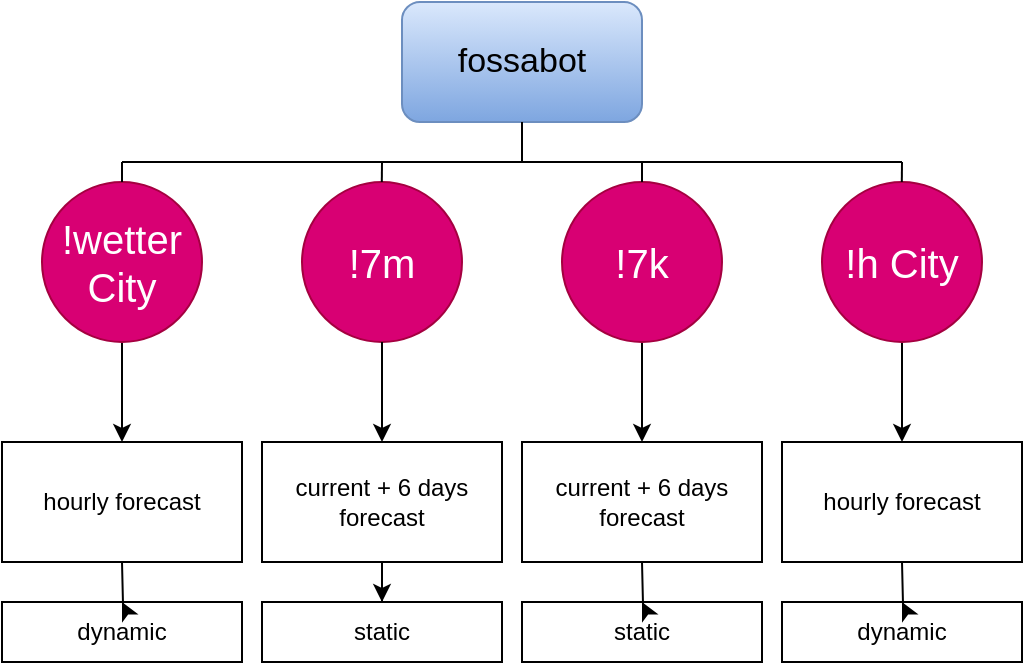
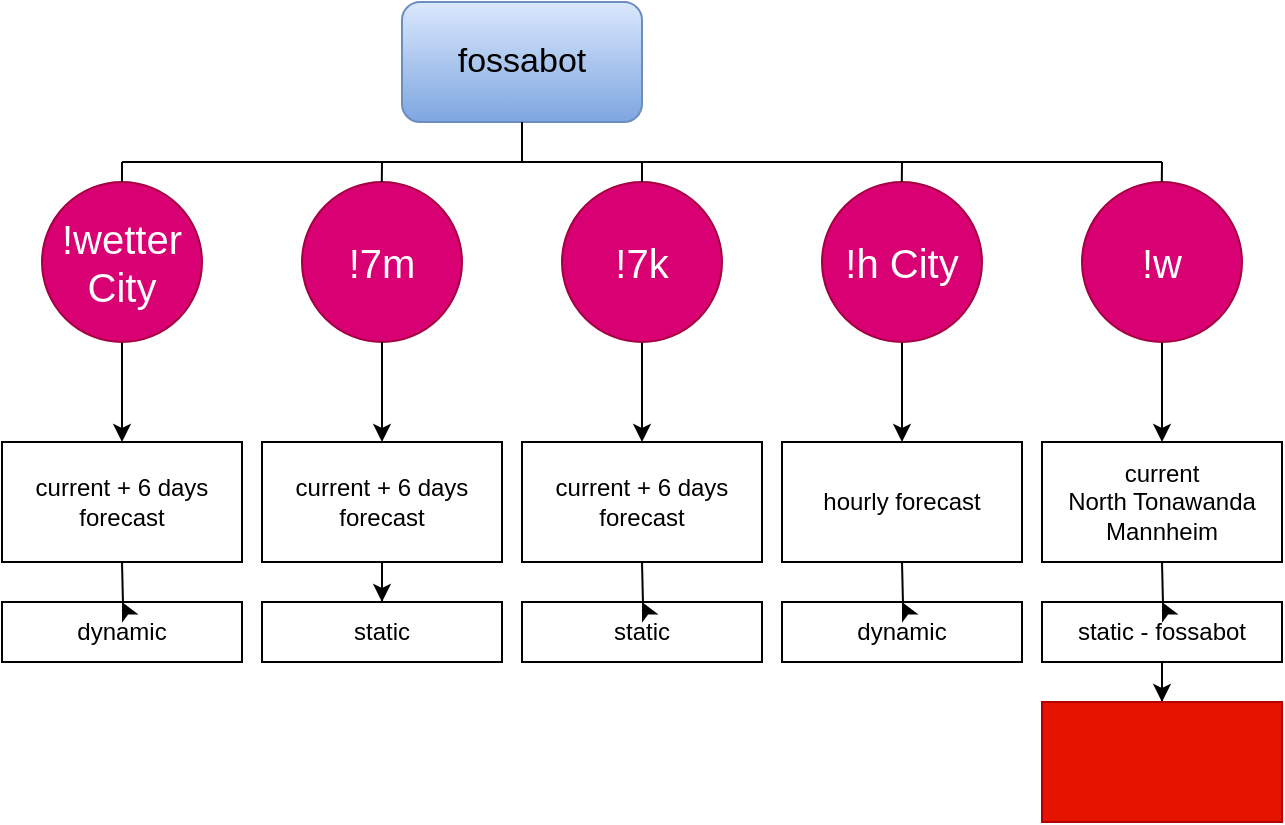
<mxfile host="app.diagrams.net">
  <diagram name="Page-1" id="9VzqXHfPhy3sf3baI-xB">
-     <mxGraphModel dx="667" dy="614" grid="1" gridSize="10" guides="1" tooltips="1" connect="1" arrows="1" fold="1" page="1" pageScale="1" pageWidth="850" pageHeight="1100" math="0" shadow="0">
+     <mxGraphModel dx="867" dy="717" grid="1" gridSize="10" guides="1" tooltips="1" connect="1" arrows="1" fold="1" page="1" pageScale="1" pageWidth="850" pageHeight="1100" math="0" shadow="0">
      <root>
        <mxCell id="0" />
        <mxCell id="1" parent="0" />
        <mxCell id="s_UMoqTU6THQ3Am6J6Qj-11" connectable="0" parent="1" style="group" value="" vertex="1">
-           <mxGeometry height="190" width="120" x="540" y="350" as="geometry" />
+           <mxGeometry height="190" width="120" x="460" y="310" as="geometry" />
        </mxCell>
        <mxCell id="s_UMoqTU6THQ3Am6J6Qj-9" edge="1" parent="s_UMoqTU6THQ3Am6J6Qj-11" source="s_UMoqTU6THQ3Am6J6Qj-7" style="edgeStyle=orthogonalEdgeStyle;rounded=0;orthogonalLoop=1;jettySize=auto;html=1;" value="">
          <mxGeometry relative="1" as="geometry">
            <mxPoint x="60" y="130" as="targetPoint" />
          </mxGeometry>
        </mxCell>
        <mxCell id="s_UMoqTU6THQ3Am6J6Qj-7" parent="s_UMoqTU6THQ3Am6J6Qj-11" style="ellipse;whiteSpace=wrap;html=1;aspect=fixed;fillColor=#d80073;fontColor=#ffffff;strokeColor=#A50040;" value="&lt;font style=&quot;font-size: 20px;&quot;&gt;!7k&lt;/font&gt;" vertex="1">
          <mxGeometry height="80" width="80" x="20" as="geometry" />
        </mxCell>
        <mxCell id="s_UMoqTU6THQ3Am6J6Qj-10" parent="s_UMoqTU6THQ3Am6J6Qj-11" style="rounded=0;whiteSpace=wrap;html=1;" value="current + 6 days forecast" vertex="1">
          <mxGeometry height="60" width="120" y="130" as="geometry" />
        </mxCell>
        <mxCell id="s_UMoqTU6THQ3Am6J6Qj-13" connectable="0" parent="1" style="group" value="" vertex="1">
-           <mxGeometry height="190" width="120" x="410" y="350" as="geometry" />
+           <mxGeometry height="190" width="120" x="330" y="310" as="geometry" />
        </mxCell>
        <mxCell id="s_UMoqTU6THQ3Am6J6Qj-2" parent="s_UMoqTU6THQ3Am6J6Qj-13" style="rounded=0;whiteSpace=wrap;html=1;" value="current + 6 days forecast" vertex="1">
          <mxGeometry height="60" width="120" y="130" as="geometry" />
        </mxCell>
        <mxCell id="s_UMoqTU6THQ3Am6J6Qj-12" connectable="0" parent="s_UMoqTU6THQ3Am6J6Qj-13" style="group" value="" vertex="1">
          <mxGeometry height="80" width="80" x="20" as="geometry" />
        </mxCell>
        <mxCell id="s_UMoqTU6THQ3Am6J6Qj-1" parent="s_UMoqTU6THQ3Am6J6Qj-12" style="ellipse;whiteSpace=wrap;html=1;aspect=fixed;fillColor=#d80073;fontColor=#ffffff;strokeColor=#A50040;" value="&lt;font style=&quot;font-size: 20px;&quot;&gt;!7m&lt;/font&gt;" vertex="1">
          <mxGeometry height="80" width="80" as="geometry" />
        </mxCell>
        <mxCell id="s_UMoqTU6THQ3Am6J6Qj-6" edge="1" parent="s_UMoqTU6THQ3Am6J6Qj-13" source="s_UMoqTU6THQ3Am6J6Qj-1" style="edgeStyle=orthogonalEdgeStyle;rounded=0;orthogonalLoop=1;jettySize=auto;html=1;" target="s_UMoqTU6THQ3Am6J6Qj-2" value="">
          <mxGeometry relative="1" as="geometry" />
        </mxCell>
        <mxCell id="s_UMoqTU6THQ3Am6J6Qj-14" connectable="0" parent="1" style="group" value="" vertex="1">
-           <mxGeometry height="190" width="120" x="670" y="350" as="geometry" />
+           <mxGeometry height="190" width="120" x="590" y="310" as="geometry" />
        </mxCell>
        <mxCell id="s_UMoqTU6THQ3Am6J6Qj-15" edge="1" parent="s_UMoqTU6THQ3Am6J6Qj-14" source="s_UMoqTU6THQ3Am6J6Qj-16" style="edgeStyle=orthogonalEdgeStyle;rounded=0;orthogonalLoop=1;jettySize=auto;html=1;" value="">
          <mxGeometry relative="1" as="geometry">
            <mxPoint x="60" y="130" as="targetPoint" />
          </mxGeometry>
        </mxCell>
        <mxCell id="s_UMoqTU6THQ3Am6J6Qj-16" parent="s_UMoqTU6THQ3Am6J6Qj-14" style="ellipse;whiteSpace=wrap;html=1;aspect=fixed;fillColor=#d80073;fontColor=#ffffff;strokeColor=#A50040;" value="&lt;font style=&quot;font-size: 20px;&quot;&gt;!h City&lt;/font&gt;" vertex="1">
          <mxGeometry height="80" width="80" x="20" as="geometry" />
        </mxCell>
        <mxCell id="s_UMoqTU6THQ3Am6J6Qj-17" parent="s_UMoqTU6THQ3Am6J6Qj-14" style="rounded=0;whiteSpace=wrap;html=1;" value="hourly forecast" vertex="1">
          <mxGeometry height="60" width="120" y="130" as="geometry" />
        </mxCell>
        <mxCell id="s_UMoqTU6THQ3Am6J6Qj-18" connectable="0" parent="1" style="group" value="" vertex="1">
-           <mxGeometry height="190" width="120" x="280" y="350" as="geometry" />
+           <mxGeometry height="190" width="120" x="200" y="310" as="geometry" />
        </mxCell>
        <mxCell id="s_UMoqTU6THQ3Am6J6Qj-19" edge="1" parent="s_UMoqTU6THQ3Am6J6Qj-18" source="s_UMoqTU6THQ3Am6J6Qj-20" style="edgeStyle=orthogonalEdgeStyle;rounded=0;orthogonalLoop=1;jettySize=auto;html=1;" value="">
          <mxGeometry relative="1" as="geometry">
            <mxPoint x="60" y="130" as="targetPoint" />
          </mxGeometry>
        </mxCell>
        <mxCell id="s_UMoqTU6THQ3Am6J6Qj-20" parent="s_UMoqTU6THQ3Am6J6Qj-18" style="ellipse;whiteSpace=wrap;html=1;aspect=fixed;fillColor=#d80073;fontColor=#ffffff;strokeColor=#A50040;" value="&lt;font style=&quot;font-size: 20px;&quot;&gt;!wetter City&lt;/font&gt;" vertex="1">
          <mxGeometry height="80" width="80" x="20" as="geometry" />
        </mxCell>
-         <mxCell id="s_UMoqTU6THQ3Am6J6Qj-21" parent="s_UMoqTU6THQ3Am6J6Qj-18" style="rounded=0;whiteSpace=wrap;html=1;" value="hourly forecast" vertex="1">
+         <mxCell id="s_UMoqTU6THQ3Am6J6Qj-21" parent="s_UMoqTU6THQ3Am6J6Qj-18" style="rounded=0;whiteSpace=wrap;html=1;" value="current + 6 days forecast" vertex="1">
          <mxGeometry height="60" width="120" y="130" as="geometry" />
        </mxCell>
        <mxCell id="s_UMoqTU6THQ3Am6J6Qj-24" parent="1" style="rounded=0;whiteSpace=wrap;html=1;" value="static" vertex="1">
-           <mxGeometry height="30" width="120" x="410" y="560" as="geometry" />
+           <mxGeometry height="30" width="120" x="330" y="520" as="geometry" />
        </mxCell>
        <mxCell id="s_UMoqTU6THQ3Am6J6Qj-25" edge="1" parent="1" source="s_UMoqTU6THQ3Am6J6Qj-2" style="edgeStyle=orthogonalEdgeStyle;rounded=0;orthogonalLoop=1;jettySize=auto;html=1;" target="s_UMoqTU6THQ3Am6J6Qj-24" value="">
          <mxGeometry relative="1" as="geometry" />
        </mxCell>
        <mxCell id="s_UMoqTU6THQ3Am6J6Qj-26" parent="1" style="rounded=0;whiteSpace=wrap;html=1;" value="dynamic" vertex="1">
-           <mxGeometry height="30" width="120" x="280" y="560" as="geometry" />
+           <mxGeometry height="30" width="120" x="200" y="520" as="geometry" />
        </mxCell>
        <mxCell id="s_UMoqTU6THQ3Am6J6Qj-27" edge="1" parent="1" style="edgeStyle=orthogonalEdgeStyle;rounded=0;orthogonalLoop=1;jettySize=auto;html=1;" target="s_UMoqTU6THQ3Am6J6Qj-26" value="">
          <mxGeometry relative="1" as="geometry">
-             <mxPoint x="340" y="540" as="sourcePoint" />
+             <mxPoint x="260" y="500" as="sourcePoint" />
          </mxGeometry>
        </mxCell>
        <mxCell id="s_UMoqTU6THQ3Am6J6Qj-28" parent="1" style="rounded=0;whiteSpace=wrap;html=1;" value="static" vertex="1">
-           <mxGeometry height="30" width="120" x="540" y="560" as="geometry" />
+           <mxGeometry height="30" width="120" x="460" y="520" as="geometry" />
        </mxCell>
        <mxCell id="s_UMoqTU6THQ3Am6J6Qj-29" edge="1" parent="1" style="edgeStyle=orthogonalEdgeStyle;rounded=0;orthogonalLoop=1;jettySize=auto;html=1;" target="s_UMoqTU6THQ3Am6J6Qj-28" value="">
          <mxGeometry relative="1" as="geometry">
-             <mxPoint x="600" y="540" as="sourcePoint" />
+             <mxPoint x="520" y="500" as="sourcePoint" />
          </mxGeometry>
        </mxCell>
        <mxCell id="s_UMoqTU6THQ3Am6J6Qj-30" parent="1" style="rounded=0;whiteSpace=wrap;html=1;" value="dynamic" vertex="1">
-           <mxGeometry height="30" width="120" x="670" y="560" as="geometry" />
+           <mxGeometry height="30" width="120" x="590" y="520" as="geometry" />
        </mxCell>
        <mxCell id="s_UMoqTU6THQ3Am6J6Qj-31" edge="1" parent="1" style="edgeStyle=orthogonalEdgeStyle;rounded=0;orthogonalLoop=1;jettySize=auto;html=1;" target="s_UMoqTU6THQ3Am6J6Qj-30" value="">
          <mxGeometry relative="1" as="geometry">
-             <mxPoint x="730" y="540" as="sourcePoint" />
+             <mxPoint x="650" y="500" as="sourcePoint" />
          </mxGeometry>
        </mxCell>
        <mxCell id="wv6-X-4x8dGTElKProTv-1" parent="1" style="rounded=1;whiteSpace=wrap;html=1;fillColor=#dae8fc;strokeColor=#6c8ebf;gradientColor=#7ea6e0;fontColor=light-dark(#000000,#CCFF99);fontSize=17;" value="fossabot" vertex="1">
-           <mxGeometry height="60" width="120" x="480" y="260" as="geometry" />
+           <mxGeometry height="60" width="120" x="400" y="220" as="geometry" />
        </mxCell>
        <mxCell id="wv6-X-4x8dGTElKProTv-15" edge="1" parent="1" style="endArrow=none;html=1;rounded=0;" value="">
          <mxGeometry height="50" relative="1" width="50" as="geometry">
-             <mxPoint x="340" y="340" as="sourcePoint" />
-             <mxPoint x="730" y="340" as="targetPoint" />
+             <mxPoint x="260" y="300" as="sourcePoint" />
+             <mxPoint x="780" y="300" as="targetPoint" />
          </mxGeometry>
        </mxCell>
        <mxCell id="wv6-X-4x8dGTElKProTv-18" edge="1" parent="1" source="s_UMoqTU6THQ3Am6J6Qj-20" style="endArrow=none;html=1;rounded=0;exitX=0.5;exitY=0;exitDx=0;exitDy=0;" value="">
          <mxGeometry height="50" relative="1" width="50" as="geometry">
-             <mxPoint x="530" y="360" as="sourcePoint" />
-             <mxPoint x="340" y="340" as="targetPoint" />
+             <mxPoint x="450" y="320" as="sourcePoint" />
+             <mxPoint x="260" y="300" as="targetPoint" />
          </mxGeometry>
        </mxCell>
        <mxCell id="wv6-X-4x8dGTElKProTv-19" edge="1" parent="1" style="endArrow=none;html=1;rounded=0;exitX=0.5;exitY=0;exitDx=0;exitDy=0;" value="">
          <mxGeometry height="50" relative="1" width="50" as="geometry">
-             <mxPoint x="469.9" y="350" as="sourcePoint" />
-             <mxPoint x="470" y="340" as="targetPoint" />
+             <mxPoint x="389.9" y="310" as="sourcePoint" />
+             <mxPoint x="390" y="300" as="targetPoint" />
          </mxGeometry>
        </mxCell>
        <mxCell id="wv6-X-4x8dGTElKProTv-20" edge="1" parent="1" style="endArrow=none;html=1;rounded=0;exitX=0.5;exitY=0;exitDx=0;exitDy=0;" value="">
          <mxGeometry height="50" relative="1" width="50" as="geometry">
-             <mxPoint x="600" y="350" as="sourcePoint" />
-             <mxPoint x="600" y="340" as="targetPoint" />
+             <mxPoint x="520" y="310" as="sourcePoint" />
+             <mxPoint x="520" y="300" as="targetPoint" />
          </mxGeometry>
        </mxCell>
        <mxCell id="wv6-X-4x8dGTElKProTv-21" edge="1" parent="1" style="endArrow=none;html=1;rounded=0;exitX=0.5;exitY=0;exitDx=0;exitDy=0;" value="">
          <mxGeometry height="50" relative="1" width="50" as="geometry">
-             <mxPoint x="729.9" y="350" as="sourcePoint" />
-             <mxPoint x="730" y="340" as="targetPoint" />
+             <mxPoint x="649.9" y="310" as="sourcePoint" />
+             <mxPoint x="650" y="300" as="targetPoint" />
          </mxGeometry>
        </mxCell>
        <mxCell id="wv6-X-4x8dGTElKProTv-22" edge="1" parent="1" style="endArrow=none;html=1;rounded=0;" value="">
          <mxGeometry height="50" relative="1" width="50" as="geometry">
-             <mxPoint x="540" y="340" as="sourcePoint" />
-             <mxPoint x="540" y="320" as="targetPoint" />
+             <mxPoint x="460" y="300" as="sourcePoint" />
+             <mxPoint x="460" y="280" as="targetPoint" />
          </mxGeometry>
+         </mxCell>
+         <mxCell id="wv6-X-4x8dGTElKProTv-27" connectable="0" parent="1" style="group" value="" vertex="1">
+           <mxGeometry height="190" width="120" x="720" y="310" as="geometry" />
+         </mxCell>
+         <mxCell id="wv6-X-4x8dGTElKProTv-28" edge="1" parent="wv6-X-4x8dGTElKProTv-27" source="wv6-X-4x8dGTElKProTv-29" style="edgeStyle=orthogonalEdgeStyle;rounded=0;orthogonalLoop=1;jettySize=auto;html=1;" value="">
+           <mxGeometry relative="1" as="geometry">
+             <mxPoint x="60" y="130" as="targetPoint" />
+           </mxGeometry>
+         </mxCell>
+         <mxCell id="wv6-X-4x8dGTElKProTv-29" parent="wv6-X-4x8dGTElKProTv-27" style="ellipse;whiteSpace=wrap;html=1;aspect=fixed;fillColor=#d80073;fontColor=#ffffff;strokeColor=#A50040;" value="&lt;font style=&quot;font-size: 20px;&quot;&gt;!w&lt;/font&gt;" vertex="1">
+           <mxGeometry height="80" width="80" x="20" as="geometry" />
+         </mxCell>
+         <mxCell id="wv6-X-4x8dGTElKProTv-30" parent="wv6-X-4x8dGTElKProTv-27" style="rounded=0;whiteSpace=wrap;html=1;" value="&lt;div&gt;current&lt;/div&gt;&lt;div&gt;North Tonawanda&lt;/div&gt;&lt;div&gt;Mannheim&lt;/div&gt;" vertex="1">
+           <mxGeometry height="60" width="120" y="130" as="geometry" />
+         </mxCell>
+         <mxCell id="wv6-X-4x8dGTElKProTv-43" edge="1" parent="1" source="wv6-X-4x8dGTElKProTv-31" style="edgeStyle=orthogonalEdgeStyle;rounded=0;orthogonalLoop=1;jettySize=auto;html=1;" target="wv6-X-4x8dGTElKProTv-42" value="">
+           <mxGeometry relative="1" as="geometry" />
+         </mxCell>
+         <mxCell id="wv6-X-4x8dGTElKProTv-31" parent="1" style="rounded=0;whiteSpace=wrap;html=1;" value="static - fossabot" vertex="1">
+           <mxGeometry height="30" width="120" x="720" y="520" as="geometry" />
+         </mxCell>
+         <mxCell id="wv6-X-4x8dGTElKProTv-32" edge="1" parent="1" style="edgeStyle=orthogonalEdgeStyle;rounded=0;orthogonalLoop=1;jettySize=auto;html=1;" target="wv6-X-4x8dGTElKProTv-31" value="">
+           <mxGeometry relative="1" as="geometry">
+             <mxPoint x="780" y="500" as="sourcePoint" />
+           </mxGeometry>
+         </mxCell>
+         <mxCell id="wv6-X-4x8dGTElKProTv-33" edge="1" parent="1" style="endArrow=none;html=1;rounded=0;exitX=0.5;exitY=0;exitDx=0;exitDy=0;" value="">
+           <mxGeometry height="50" relative="1" width="50" as="geometry">
+             <mxPoint x="779.9" y="310" as="sourcePoint" />
+             <mxPoint x="780" y="300" as="targetPoint" />
+           </mxGeometry>
+         </mxCell>
+         <mxCell id="wv6-X-4x8dGTElKProTv-42" parent="1" style="whiteSpace=wrap;html=1;rounded=0;fillColor=#e51400;strokeColor=#B20000;fontColor=#ffffff;" value="" vertex="1">
+           <mxGeometry height="60" width="120" x="720" y="570" as="geometry" />
        </mxCell>
      </root>
    </mxGraphModel>
  </diagram>
</mxfile>
